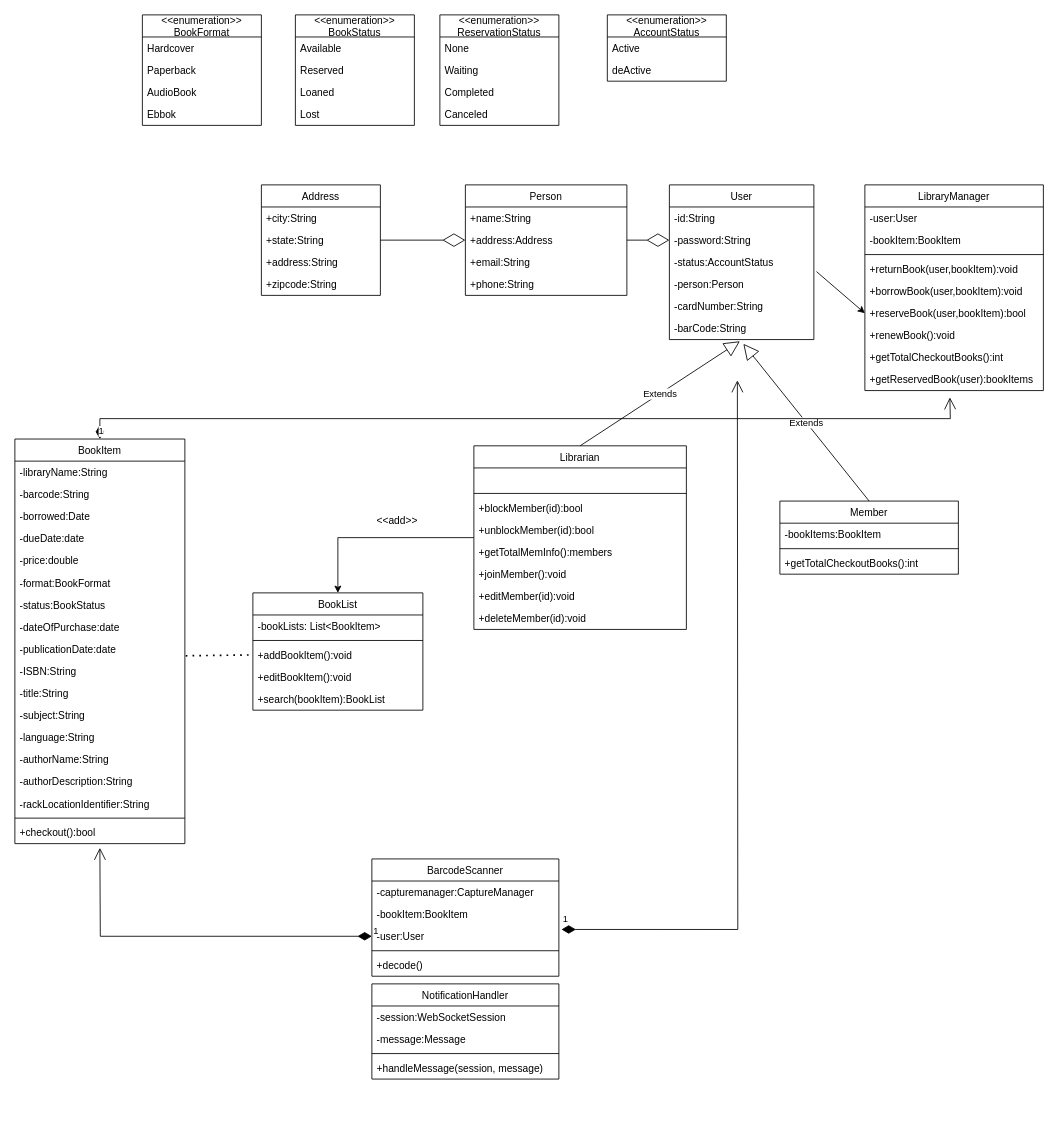
This is page "클래스다이어그램" (1 of 3) of Library.drawio from gogogo191/becomeadeveloper, a draw.io file, before an edit. Source tidied: cells renumbered, new cells numbered last; positions are measured from the earlier drawing's top-left corner, leaving out a move shared by most shapes. Both pictures are drawn from the tidied source at 85%, with x=0, y=0 at pixel (14, 14).
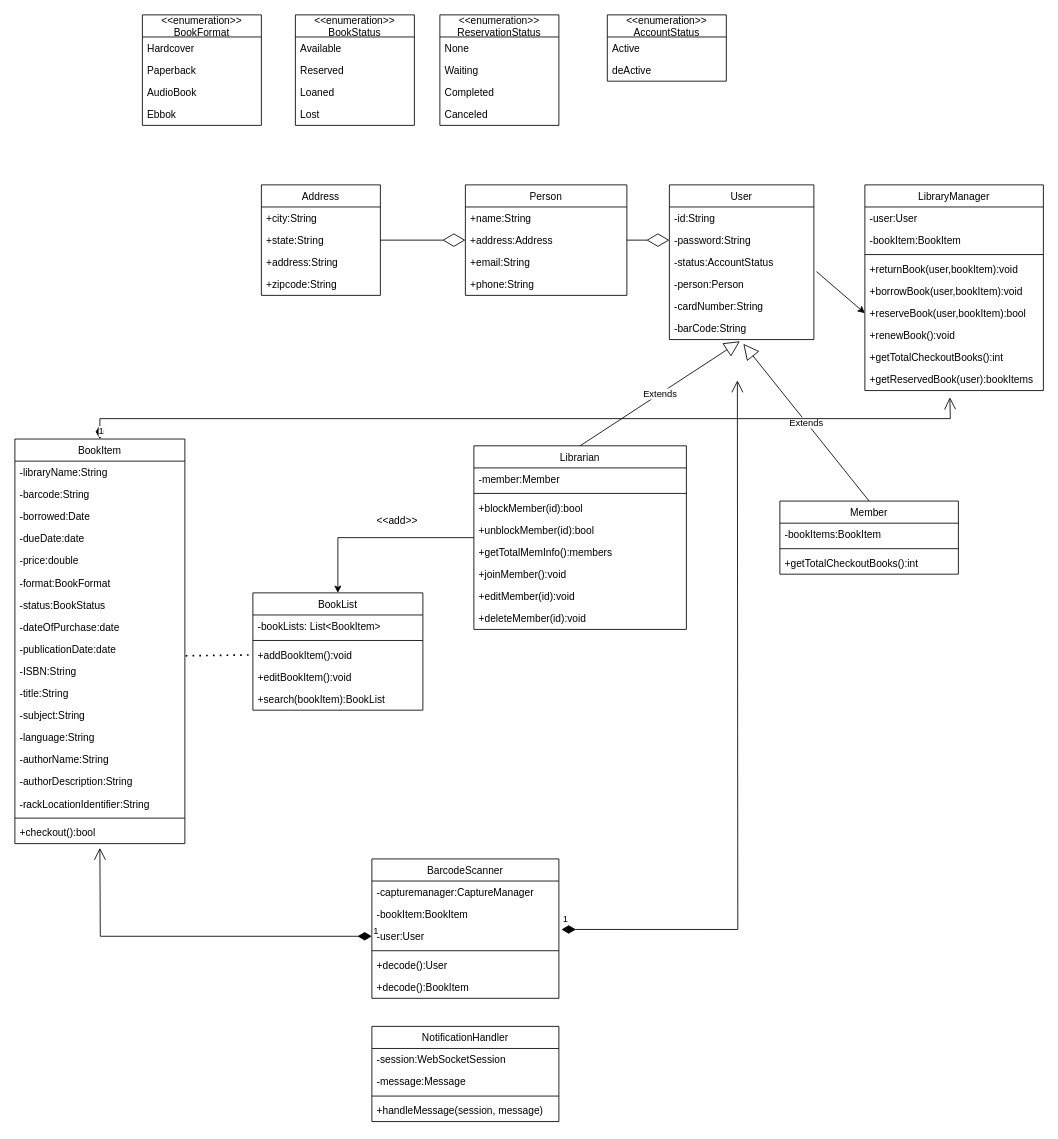
After the change.

The change refers to these unchanged cells:
```xml
<mxCell id="32" value="Librarian" style="swimlane;fontStyle=0;horizontal=1;startSize=26;fillColor=none;" parent="1" vertex="1">
  <mxGeometry x="540" y="507" width="250" height="216" as="geometry" />
</mxCell>
```

The edit, as a diff of the source:
```diff
@@
-    <mxCell id="33" value=" " style="text;strokeColor=none;fillColor=none;align=left;verticalAlign=top;spacingLeft=4;spacingRight=4;overflow=hidden;" parent="32" vertex="1">
+    <mxCell id="33" value="-member:Member" style="text;strokeColor=none;fillColor=none;align=left;verticalAlign=top;spacingLeft=4;spacingRight=4;overflow=hidden;" parent="32" vertex="1">
       <mxGeometry y="26" width="250" height="26" as="geometry" />
     </mxCell>
@@
     <mxCell id="72" value="NotificationHandler" style="swimlane;fontStyle=0;horizontal=1;startSize=26;fillColor=none;" parent="1" vertex="1">
-      <mxGeometry x="420" y="1140" width="220" height="112" as="geometry" />
+      <mxGeometry x="420" y="1190" width="220" height="112" as="geometry" />
     </mxCell>
@@
     <mxCell id="85" value="BarcodeScanner" style="swimlane;fontStyle=0;horizontal=1;startSize=26;fillColor=none;" parent="1" vertex="1">
-      <mxGeometry x="420" y="993" width="220" height="138" as="geometry" />
+      <mxGeometry x="420" y="993" width="220" height="164" as="geometry" />
     </mxCell>
@@
-    <mxCell id="90" value="+decode()" style="text;strokeColor=none;fillColor=none;align=left;verticalAlign=top;spacingLeft=4;spacingRight=4;overflow=hidden;" parent="85" vertex="1">
+    <mxCell id="90" value="+decode():User" style="text;strokeColor=none;fillColor=none;align=left;verticalAlign=top;spacingLeft=4;spacingRight=4;overflow=hidden;" parent="85" vertex="1">
       <mxGeometry y="112" width="220" height="26" as="geometry" />
     </mxCell>
+    <mxCell id="107" value="+decode():BookItem" style="text;strokeColor=none;fillColor=none;align=left;verticalAlign=top;spacingLeft=4;spacingRight=4;overflow=hidden;" parent="85" vertex="1">
+      <mxGeometry y="138" width="220" height="26" as="geometry" />
+    </mxCell>
```
